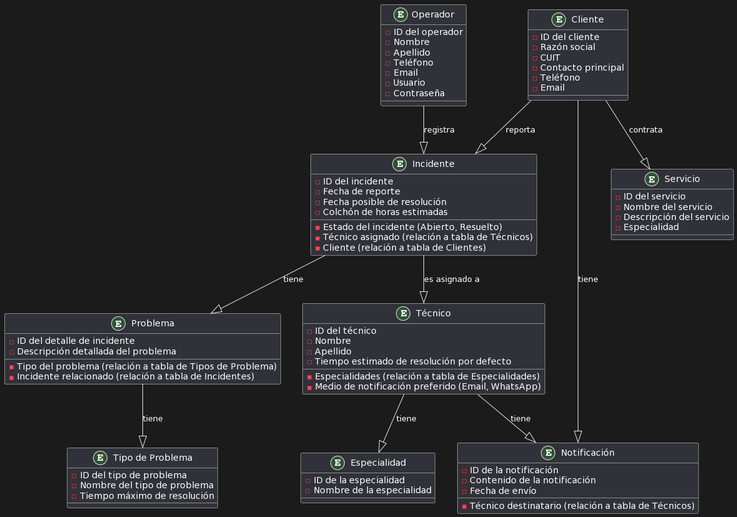
The PlantUML diagram uml.png in Marcos-Castillo/final-utn-g03, before a commit.
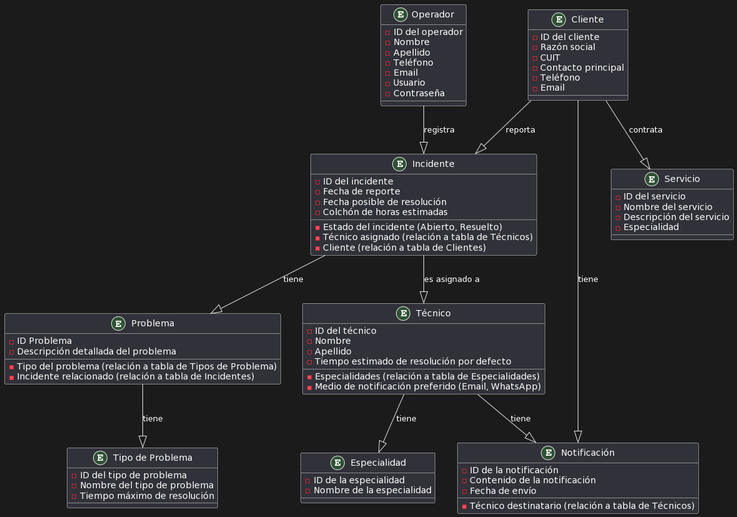
Later version of the same file.

Change to the diagram source:
```diff
@@ -41,7 +41,7 @@
 }
 
 ENTITY "Problema" {
-    - ID del detalle de incidente
+    - ID Problema
     - Descripción detallada del problema
     - Tipo del problema (relación a tabla de Tipos de Problema)
     - Incidente relacionado (relación a tabla de Incidentes)
```
